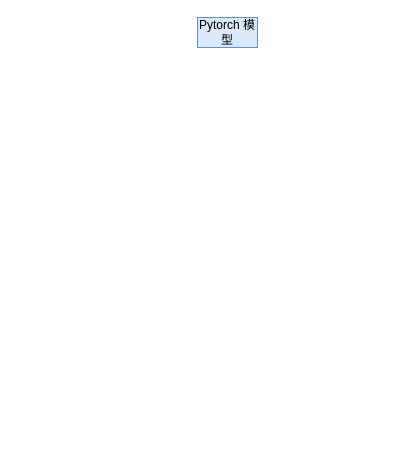
Before: dl_compiler.drawio in foreignbill/drawio, a draw.io diagram. Source tidied: cells renumbered, new cells numbered last; positions are measured from the earlier drawing's top-left corner, leaving out a move shared by most shapes. Both pictures are drawn from the tidied source at 100%, with x=0, y=0 at pixel (197, 17).
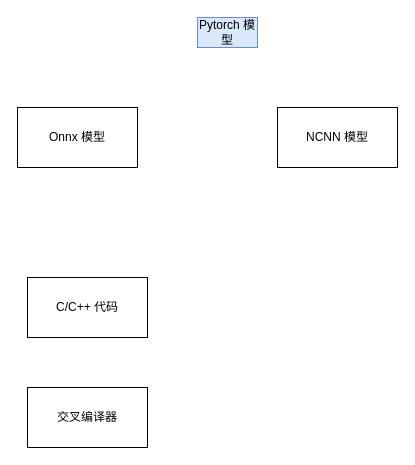
The same diagram, later.

Change to the diagram source:
```diff
@@
 <mxGraphModel>
   <root>
     <mxCell id="0" />
     <mxCell id="1" parent="0" />
     <mxCell id="2" value="Pytorch 模型" style="rounded=0;whiteSpace=wrap;html=1;fillColor=#dae8fc;strokeColor=#6c8ebf;" parent="1" vertex="1">
       <mxGeometry width="60" height="30" as="geometry" />
     </mxCell>
+    <mxCell id="3" value="Onnx 模型" style="rounded=0;whiteSpace=wrap;html=1;" parent="1" vertex="1">
+      <mxGeometry x="-180" y="90" width="120" height="60" as="geometry" />
+    </mxCell>
+    <mxCell id="4" value="NCNN 模型" style="rounded=0;whiteSpace=wrap;html=1;" parent="1" vertex="1">
+      <mxGeometry x="80" y="90" width="120" height="60" as="geometry" />
+    </mxCell>
+    <mxCell id="5" value="C/C++ 代码" style="rounded=0;whiteSpace=wrap;html=1;" parent="1" vertex="1">
+      <mxGeometry x="-170" y="260" width="120" height="60" as="geometry" />
+    </mxCell>
+    <mxCell id="6" value="交叉编译器" style="rounded=0;whiteSpace=wrap;html=1;" parent="1" vertex="1">
+      <mxGeometry x="-170" y="370" width="120" height="60" as="geometry" />
+    </mxCell>
   </root>
 </mxGraphModel>
```
